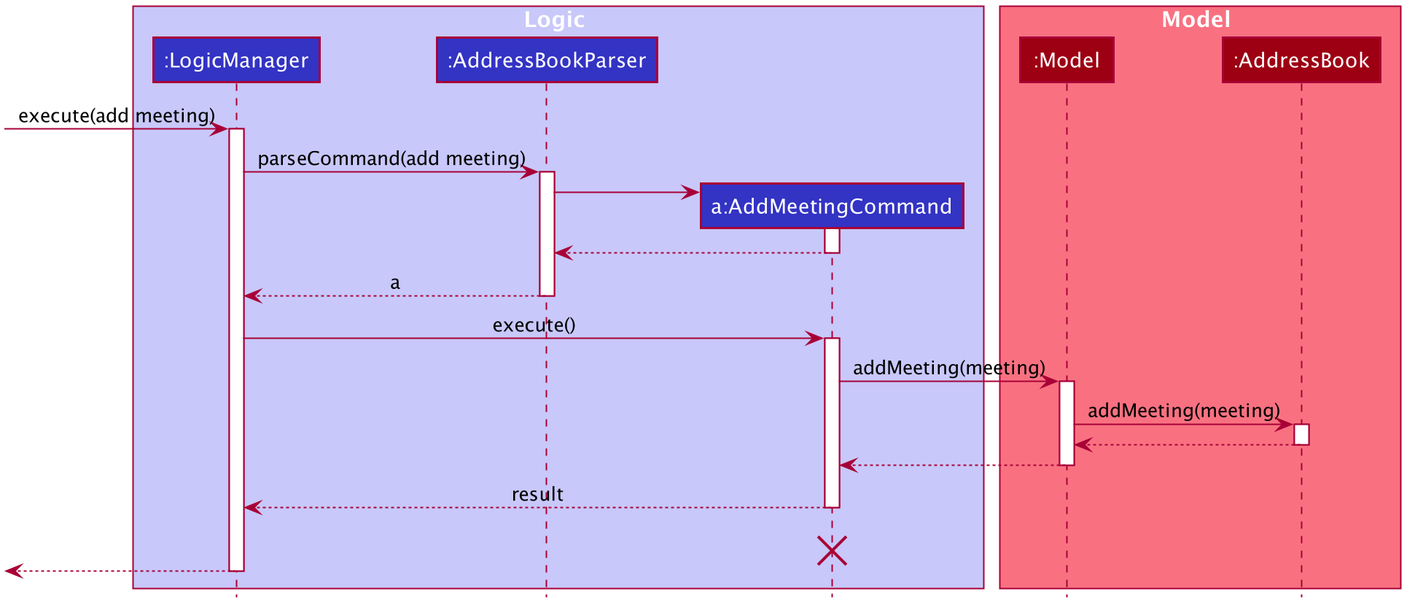
zhaohuanqdcn/tp keeps this PlantUML diagram as docs/images/AddMeetingSequenceDiagram.png. Above is the earlier version. The source it was exported from:
```plantuml
@startuml








skinparam BackgroundColor #FFFFFFF

skinparam Shadowing false

skinparam Class {
    FontColor #FFFFFF
    BorderThickness 1
    BorderColor #FFFFFF
    StereotypeFontColor #FFFFFF
    FontName Arial
}

skinparam Actor {
    BorderColor #000000
    Color #000000
    FontName Arial
}

skinparam Sequence {
    MessageAlign center
    BoxFontSize 15
    BoxPadding 0
    BoxFontColor #FFFFFF
    FontName Arial
}

skinparam Participant {
    FontColor #FFFFFFF
    Padding 20
}

skinparam MinClassWidth 50
skinparam ParticipantPadding 10
skinparam Shadowing false
skinparam DefaultTextAlignment center
skinparam packageStyle Rectangle

hide footbox
hide members
hide circle

box Logic #C8C8FA
participant ":LogicManager" as LogicManager #3333C4
participant ":AddressBookParser" as AddressBookParser #3333C4
participant "a:AddMeetingCommand" as AddMeetingCommand #3333C4
end box

box Model #F97181
participant ":Model" as Model #9D0012
participant ":AddressBook" as AddressBook #9D0012
end box
[-> LogicManager : execute(add meeting)
activate LogicManager

LogicManager -> AddressBookParser : parseCommand(add meeting)
activate AddressBookParser

create AddMeetingCommand
AddressBookParser -> AddMeetingCommand
activate AddMeetingCommand

AddMeetingCommand --> AddressBookParser
deactivate AddMeetingCommand

AddressBookParser --> LogicManager : a
deactivate AddressBookParser

LogicManager -> AddMeetingCommand : execute()
activate AddMeetingCommand

AddMeetingCommand -> Model : addMeeting(meeting)
activate Model

Model -> AddressBook : addMeeting(meeting)
activate AddressBook

AddressBook --> Model :
deactivate AddressBook

Model --> AddMeetingCommand
deactivate Model

AddMeetingCommand --> LogicManager : result
deactivate AddMeetingCommand
AddMeetingCommand -[hidden]-> LogicManager : result
destroy AddMeetingCommand

[<--LogicManager
deactivate LogicManager
@enduml
```
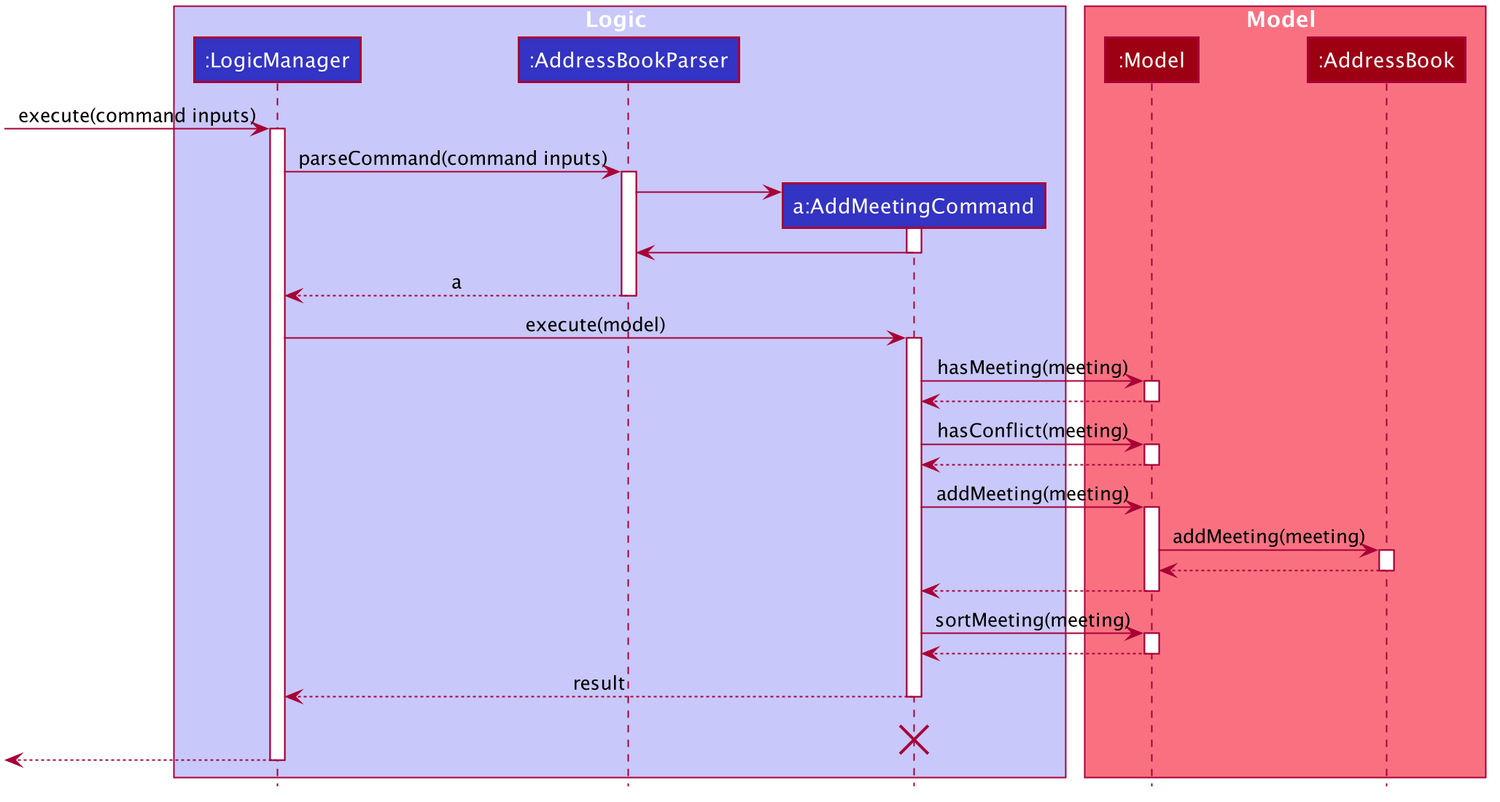
After the change.

The edit, as a diff of the source:
```diff
@@ -58,24 +58,36 @@
 participant ":Model" as Model #9D0012
 participant ":AddressBook" as AddressBook #9D0012
 end box
-[-> LogicManager : execute(add meeting)
+[-> LogicManager : execute(command inputs)
 activate LogicManager
 
-LogicManager -> AddressBookParser : parseCommand(add meeting)
+LogicManager -> AddressBookParser : parseCommand(command inputs)
 activate AddressBookParser
 
 create AddMeetingCommand
 AddressBookParser -> AddMeetingCommand
 activate AddMeetingCommand
 
-AddMeetingCommand --> AddressBookParser
+AddMeetingCommand -> AddressBookParser
 deactivate AddMeetingCommand
 
 AddressBookParser --> LogicManager : a
 deactivate AddressBookParser
 
-LogicManager -> AddMeetingCommand : execute()
+LogicManager -> AddMeetingCommand : execute(model)
 activate AddMeetingCommand
+
+AddMeetingCommand -> Model : hasMeeting(meeting)
+activate Model
+
+Model --> AddMeetingCommand
+deactivate Model
+
+AddMeetingCommand -> Model : hasConflict(meeting)
+activate Model
+
+Model --> AddMeetingCommand
+deactivate Model
 
 AddMeetingCommand -> Model : addMeeting(meeting)
 activate Model
@@ -89,6 +101,12 @@
 Model --> AddMeetingCommand
 deactivate Model
 
+AddMeetingCommand -> Model : sortMeeting(meeting)
+activate Model
+
+Model --> AddMeetingCommand
+deactivate Model
+
 AddMeetingCommand --> LogicManager : result
 deactivate AddMeetingCommand
 AddMeetingCommand -[hidden]-> LogicManager : result
```
